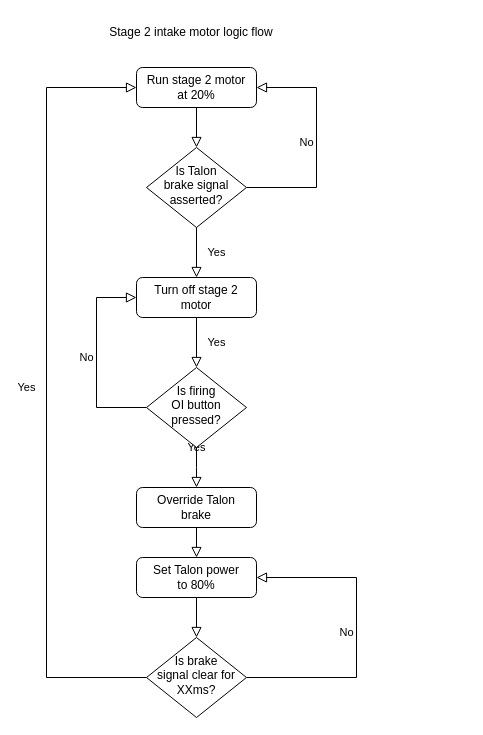
FRC-2928/VikingRobot2022 keeps this draw.io diagram as diagrams/stage 2 intake motor control.drawio. Above is the earlier version. Source tidied: cells renumbered, new cells numbered last; positions are measured from the earlier drawing's top-left corner, leaving out a move shared by most shapes. Both pictures are drawn from the tidied source at 100%, with x=0, y=0 at pixel (26, 17).
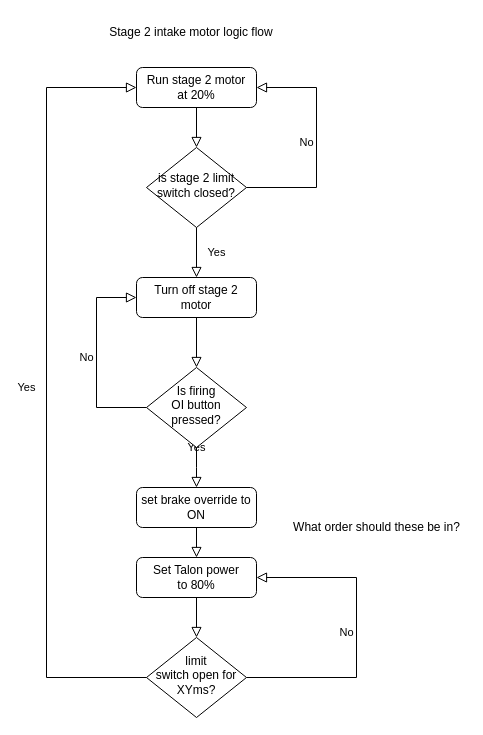
The same diagram, later.

Commit message:
Correct logic for limit override.

Unchanged cells that the change refers to:
```xml
<mxCell id="6" value="&lt;div&gt;Is firing &lt;br&gt;&lt;/div&gt;&lt;div&gt;OI button&lt;/div&gt;&lt;div&gt;pressed?&lt;br&gt;&lt;/div&gt;" style="rhombus;whiteSpace=wrap;html=1;shadow=0;fontFamily=Helvetica;fontSize=12;align=center;strokeWidth=1;spacing=6;spacingTop=-4;" parent="1" vertex="1">
  <mxGeometry x="120" y="350" width="100" height="80" as="geometry" />
</mxCell>
<mxCell id="18" value="&lt;div&gt;Turn off stage 2&lt;/div&gt;&lt;div&gt;motor&lt;br&gt;&lt;/div&gt;" style="rounded=1;whiteSpace=wrap;html=1;fontSize=12;glass=0;strokeWidth=1;shadow=0;" parent="1" vertex="1">
  <mxGeometry x="110" y="260" width="120" height="40" as="geometry" />
</mxCell>
```

The edit, as a diff of the source:
```diff
@@
-    <mxCell id="8" value="&lt;div&gt;Override Talon&lt;/div&gt;&lt;div&gt;brake&lt;br&gt;&lt;/div&gt;" style="rounded=1;whiteSpace=wrap;html=1;fontSize=12;glass=0;strokeWidth=1;shadow=0;" parent="1" vertex="1">
+    <mxCell id="8" value="&lt;div&gt;set brake override to&lt;/div&gt;&lt;div&gt;ON&lt;br&gt;&lt;/div&gt;" style="rounded=1;whiteSpace=wrap;html=1;fontSize=12;glass=0;strokeWidth=1;shadow=0;" parent="1" vertex="1">
       <mxGeometry x="110" y="470" width="120" height="40" as="geometry" />
     </mxCell>
@@
-    <mxCell id="11" value="&lt;div&gt;Is brake &lt;br&gt;&lt;/div&gt;&lt;div&gt;signal clear for &lt;br&gt;&lt;/div&gt;&lt;div&gt;XXms?&lt;br&gt;&lt;/div&gt;" style="rhombus;whiteSpace=wrap;html=1;shadow=0;fontFamily=Helvetica;fontSize=12;align=center;strokeWidth=1;spacing=6;spacingTop=-4;" parent="1" vertex="1">
+    <mxCell id="11" value="&lt;div&gt;limit &lt;br&gt;&lt;/div&gt;&lt;div&gt;switch open for XYms?&lt;/div&gt;" style="rhombus;whiteSpace=wrap;html=1;shadow=0;fontFamily=Helvetica;fontSize=12;align=center;strokeWidth=1;spacing=6;spacingTop=-4;" parent="1" vertex="1">
       <mxGeometry x="120" y="620" width="100" height="80" as="geometry" />
     </mxCell>
@@
-    <mxCell id="15" value="&lt;div&gt;Is Talon&lt;/div&gt;&lt;div&gt;brake signal&lt;/div&gt;&lt;div&gt;asserted?&lt;br&gt;&lt;/div&gt;" style="rhombus;whiteSpace=wrap;html=1;shadow=0;fontFamily=Helvetica;fontSize=12;align=center;strokeWidth=1;spacing=6;spacingTop=-4;" parent="1" vertex="1">
+    <mxCell id="15" value="&lt;div&gt;is stage 2 limit&lt;/div&gt;&lt;div&gt;switch closed?&lt;br&gt;&lt;/div&gt;" style="rhombus;whiteSpace=wrap;html=1;shadow=0;fontFamily=Helvetica;fontSize=12;align=center;strokeWidth=1;spacing=6;spacingTop=-4;" parent="1" vertex="1">
       <mxGeometry x="120" y="130" width="100" height="80" as="geometry" />
     </mxCell>
-    <mxCell id="16" value="Yes" style="rounded=0;html=1;jettySize=auto;fontSize=11;endArrow=block;endFill=0;endSize=8;strokeWidth=1;shadow=0;labelBackgroundColor=none;edgeStyle=orthogonalEdgeStyle;exitX=0.5;exitY=1;exitDx=0;exitDy=0;entryX=0.5;entryY=0;entryDx=0;entryDy=0;startArrow=none;" parent="1" edge="1" source="18" target="6">
-      <mxGeometry y="20" relative="1" as="geometry" />
-    </mxCell>
@@
+    <mxCell id="16" style="endArrow=block;html=1;rounded=0;exitX=0.5;exitY=1;exitDx=0;exitDy=0;endFill=0;endSize=8;entryX=0.5;entryY=0;entryDx=0;entryDy=0;" parent="1" edge="1" source="18" target="6">
+      <mxGeometry relative="1" as="geometry" />
+    </mxCell>
+    <mxCell id="20" value="What order should these be in?" style="text;html=1;align=center;verticalAlign=middle;strokeColor=none;fillColor=none;" parent="1" vertex="1">
+      <mxGeometry x="260" y="500" width="180" height="20" as="geometry" />
+    </mxCell>
```
